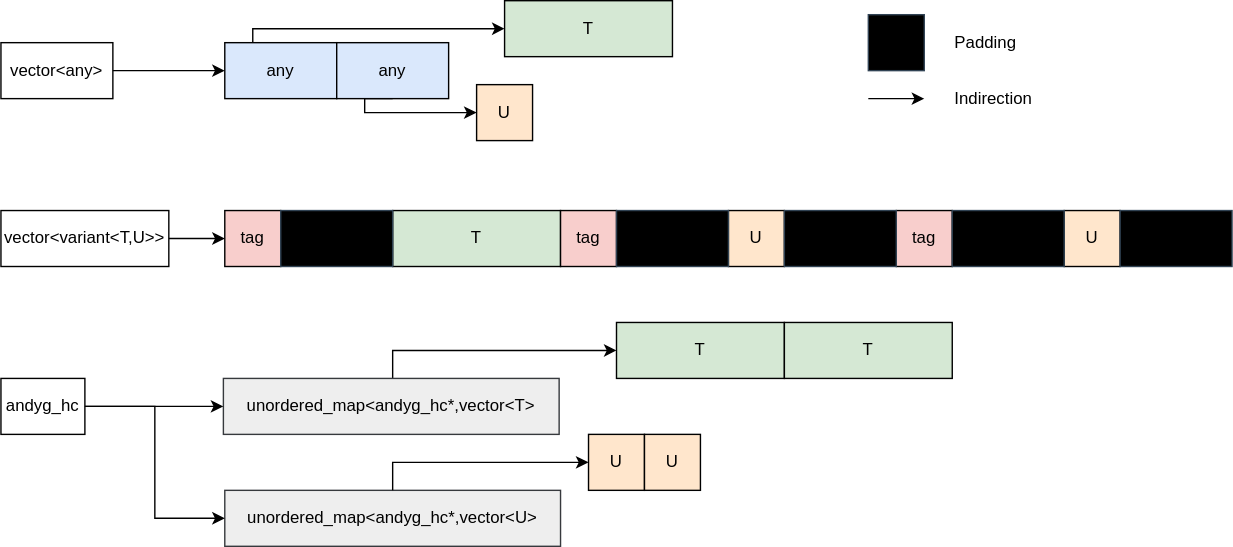
FabienPean/FabienPean.github.io keeps this draw.io diagram as blog/2020/07/implementing-an-heterogeneous-dynamic-array-in-cplusplus/comparison_containers.svg. Above is the earlier version. Source tidied: cells renumbered, new cells last; positions are measured from the earlier drawing's top-left corner, leaving out a move shared by most shapes. Source of this version:
```xml
<mxGraphModel>
  <root>
    <mxCell id="0" />
    <mxCell id="1" parent="0" />
    <mxCell id="2" style="edgeStyle=orthogonalEdgeStyle;rounded=0;jettySize=auto;html=1;exitX=0.5;exitY=0;exitDx=0;exitDy=0;entryX=0;entryY=0.5;entryDx=0;entryDy=0;" parent="1" edge="1" source="3" target="7">
      <mxGeometry relative="1" as="geometry">
        <Array as="points">
          <mxPoint x="180" y="20" />
        </Array>
      </mxGeometry>
    </mxCell>
    <mxCell id="3" value="any" style="rounded=0;whiteSpace=wrap;html=1;fillColor=#dae8fc;strokeColor=#000000;" parent="1" vertex="1">
      <mxGeometry x="160" y="30" width="80" height="40" as="geometry" />
    </mxCell>
    <mxCell id="4" style="edgeStyle=orthogonalEdgeStyle;rounded=0;jettySize=auto;html=1;entryX=0;entryY=0.5;entryDx=0;entryDy=0;exitX=0.5;exitY=1;exitDx=0;exitDy=0;" parent="1" edge="1" source="5" target="6">
      <mxGeometry relative="1" as="geometry">
        <Array as="points">
          <mxPoint x="260" y="80" />
        </Array>
      </mxGeometry>
    </mxCell>
    <mxCell id="5" value="any" style="rounded=0;whiteSpace=wrap;html=1;fillColor=#dae8fc;strokeColor=#000000;" parent="1" vertex="1">
      <mxGeometry x="240" y="30" width="80" height="40" as="geometry" />
    </mxCell>
    <mxCell id="6" value="U" style="rounded=0;whiteSpace=wrap;html=1;fillColor=#ffe6cc;strokeColor=#000000;" parent="1" vertex="1">
      <mxGeometry x="340" y="60" width="40" height="40" as="geometry" />
    </mxCell>
    <mxCell id="7" value="T" style="rounded=0;whiteSpace=wrap;html=1;fillColor=#d5e8d4;strokeColor=#000000;" parent="1" vertex="1">
      <mxGeometry x="360" width="120" height="40" as="geometry" />
    </mxCell>
    <mxCell id="8" style="edgeStyle=orthogonalEdgeStyle;rounded=0;jettySize=auto;html=1;entryX=0;entryY=0.5;entryDx=0;entryDy=0;exitX=1;exitY=0.5;exitDx=0;exitDy=0;" parent="1" edge="1" source="17" target="3">
      <mxGeometry relative="1" as="geometry" />
    </mxCell>
    <mxCell id="9" style="edgeStyle=orthogonalEdgeStyle;rounded=0;jettySize=auto;html=1;entryX=0;entryY=0.5;entryDx=0;entryDy=0;exitX=1;exitY=0.5;exitDx=0;exitDy=0;" parent="1" edge="1" source="18" target="12">
      <mxGeometry relative="1" as="geometry" />
    </mxCell>
    <mxCell id="10" value="T" style="rounded=0;whiteSpace=wrap;html=1;fillColor=#d5e8d4;strokeColor=#000000;" parent="1" vertex="1">
      <mxGeometry x="280" y="150" width="120" height="40" as="geometry" />
    </mxCell>
    <mxCell id="11" value="U" style="rounded=0;whiteSpace=wrap;html=1;fillColor=#ffe6cc;strokeColor=#000000;" parent="1" vertex="1">
      <mxGeometry x="520" y="150" width="40" height="40" as="geometry" />
    </mxCell>
    <mxCell id="12" value="tag" style="rounded=0;whiteSpace=wrap;html=1;strokeColor=#000000;fillColor=#f8cecc;align=center;" parent="1" vertex="1">
      <mxGeometry x="160" y="150" width="40" height="40" as="geometry" />
    </mxCell>
    <mxCell id="13" value="tag" style="rounded=0;whiteSpace=wrap;html=1;strokeColor=#000000;fillColor=#f8cecc;align=center;" parent="1" vertex="1">
      <mxGeometry x="400" y="150" width="40" height="40" as="geometry" />
    </mxCell>
    <mxCell id="14" value="tag" style="rounded=0;whiteSpace=wrap;html=1;strokeColor=#000000;fillColor=#f8cecc;align=center;" parent="1" vertex="1">
      <mxGeometry x="640" y="150" width="40" height="40" as="geometry" />
    </mxCell>
    <mxCell id="15" value="U" style="rounded=0;whiteSpace=wrap;html=1;fillColor=#ffe6cc;strokeColor=#000000;" parent="1" vertex="1">
      <mxGeometry x="760" y="150" width="40" height="40" as="geometry" />
    </mxCell>
    <mxCell id="16" style="rounded=0;whiteSpace=wrap;html=1;strokeColor=#314354;fillColor=#000000;align=center;fontColor=#ffffff;" parent="1" vertex="1">
      <mxGeometry x="800" y="150" width="80" height="40" as="geometry" />
    </mxCell>
    <mxCell id="17" value="&lt;span style=&quot;color: rgb(0 , 0 , 0) ; font-family: &amp;quot;helvetica&amp;quot; ; font-size: 12px ; font-style: normal ; font-weight: 400 ; letter-spacing: normal ; text-indent: 0px ; text-transform: none ; word-spacing: 0px ; display: inline ; float: none&quot;&gt;vector&amp;lt;any&amp;gt;&lt;/span&gt;&lt;br&gt;" style="rounded=0;whiteSpace=wrap;html=1;strokeColor=#000000;fillColor=none;align=center;" parent="1" vertex="1">
      <mxGeometry y="30" width="80" height="40" as="geometry" />
    </mxCell>
    <mxCell id="18" value="&lt;span style=&quot;color: rgb(0 , 0 , 0) ; font-family: &amp;quot;helvetica&amp;quot; ; font-size: 12px ; font-style: normal ; font-weight: 400 ; letter-spacing: normal ; text-indent: 0px ; text-transform: none ; word-spacing: 0px ; display: inline ; float: none&quot;&gt;vector&amp;lt;variant&amp;lt;T,U&amp;gt;&amp;gt;&lt;/span&gt;" style="rounded=0;whiteSpace=wrap;html=1;strokeColor=#000000;fillColor=none;align=center;verticalAlign=middle;" parent="1" vertex="1">
      <mxGeometry y="150" width="120" height="40" as="geometry" />
    </mxCell>
    <mxCell id="19" style="edgeStyle=orthogonalEdgeStyle;rounded=0;jettySize=auto;html=1;exitX=0.5;exitY=0;exitDx=0;exitDy=0;entryX=0;entryY=0.5;entryDx=0;entryDy=0;" parent="1" edge="1" target="22">
      <mxGeometry relative="1" as="geometry">
        <mxPoint x="280" y="270" as="sourcePoint" />
        <Array as="points">
          <mxPoint x="280" y="250" />
        </Array>
      </mxGeometry>
    </mxCell>
    <mxCell id="20" value="unordered_map&amp;lt;andyg_hc*,vector&amp;lt;T&amp;gt;" style="rounded=0;whiteSpace=wrap;html=1;fillColor=#eeeeee;strokeColor=#36393d;" parent="1" vertex="1">
      <mxGeometry x="159" y="270" width="240" height="40" as="geometry" />
    </mxCell>
    <mxCell id="21" value="U" style="rounded=0;whiteSpace=wrap;html=1;fillColor=#ffe6cc;strokeColor=#000000;" parent="1" vertex="1">
      <mxGeometry x="420" y="310" width="40" height="40" as="geometry" />
    </mxCell>
    <mxCell id="22" value="T" style="rounded=0;whiteSpace=wrap;html=1;fillColor=#d5e8d4;strokeColor=#000000;" parent="1" vertex="1">
      <mxGeometry x="440" y="230" width="120" height="40" as="geometry" />
    </mxCell>
    <mxCell id="23" style="edgeStyle=orthogonalEdgeStyle;rounded=0;jettySize=auto;html=1;entryX=0;entryY=0.5;entryDx=0;entryDy=0;exitX=1;exitY=0.5;exitDx=0;exitDy=0;" parent="1" edge="1" source="24" target="20">
      <mxGeometry relative="1" as="geometry">
        <Array as="points">
          <mxPoint x="130" y="290" />
          <mxPoint x="130" y="290" />
        </Array>
      </mxGeometry>
    </mxCell>
    <mxCell id="24" value="andyg_hc" style="rounded=0;whiteSpace=wrap;html=1;strokeColor=#000000;fillColor=none;align=center;" parent="1" vertex="1">
      <mxGeometry y="270" width="60" height="40" as="geometry" />
    </mxCell>
    <mxCell id="25" value="T" style="rounded=0;whiteSpace=wrap;html=1;fillColor=#d5e8d4;strokeColor=#000000;" parent="1" vertex="1">
      <mxGeometry x="560" y="230" width="120" height="40" as="geometry" />
    </mxCell>
    <mxCell id="26" value="unordered_map&amp;lt;andyg_hc*,vector&amp;lt;U&amp;gt;" style="rounded=0;whiteSpace=wrap;html=1;fillColor=#eeeeee;strokeColor=#36393d;" parent="1" vertex="1">
      <mxGeometry x="160" y="350" width="240" height="40" as="geometry" />
    </mxCell>
    <mxCell id="27" style="edgeStyle=orthogonalEdgeStyle;rounded=0;jettySize=auto;html=1;entryX=0;entryY=0.5;entryDx=0;entryDy=0;" parent="1" edge="1" target="21">
      <mxGeometry relative="1" as="geometry">
        <mxPoint x="280" y="350" as="sourcePoint" />
        <Array as="points">
          <mxPoint x="280" y="330" />
        </Array>
      </mxGeometry>
    </mxCell>
    <mxCell id="28" value="U" style="rounded=0;whiteSpace=wrap;html=1;fillColor=#ffe6cc;strokeColor=#000000;" parent="1" vertex="1">
      <mxGeometry x="460" y="310" width="40" height="40" as="geometry" />
    </mxCell>
    <mxCell id="29" style="edgeStyle=orthogonalEdgeStyle;rounded=0;jettySize=auto;html=1;entryX=0;entryY=0.5;entryDx=0;entryDy=0;exitX=1;exitY=0.5;exitDx=0;exitDy=0;" parent="1" edge="1" source="24" target="26">
      <mxGeometry relative="1" as="geometry">
        <Array as="points">
          <mxPoint x="110" y="290" />
          <mxPoint x="110" y="370" />
        </Array>
      </mxGeometry>
    </mxCell>
    <mxCell id="30" style="rounded=0;whiteSpace=wrap;html=1;strokeColor=#314354;fillColor=#000000;align=center;fontColor=#ffffff;" parent="1" vertex="1">
      <mxGeometry x="680" y="150" width="80" height="40" as="geometry" />
    </mxCell>
    <mxCell id="31" style="rounded=0;whiteSpace=wrap;html=1;strokeColor=#314354;fillColor=#000000;align=center;fontColor=#ffffff;" parent="1" vertex="1">
      <mxGeometry x="560" y="150" width="80" height="40" as="geometry" />
    </mxCell>
    <mxCell id="32" style="rounded=0;whiteSpace=wrap;html=1;strokeColor=#314354;fillColor=#000000;align=center;fontColor=#ffffff;" parent="1" vertex="1">
      <mxGeometry x="440" y="150" width="80" height="40" as="geometry" />
    </mxCell>
    <mxCell id="33" style="rounded=0;whiteSpace=wrap;html=1;strokeColor=#314354;fillColor=#000000;align=center;fontColor=#ffffff;" parent="1" vertex="1">
      <mxGeometry x="200" y="150" width="80" height="40" as="geometry" />
    </mxCell>
    <mxCell id="34" style="rounded=0;whiteSpace=wrap;html=1;strokeColor=#314354;fillColor=#000000;align=center;fontColor=#ffffff;" parent="1" vertex="1">
      <mxGeometry x="620" y="10" width="40" height="40" as="geometry" />
    </mxCell>
    <mxCell id="35" value="Padding" style="rounded=0;whiteSpace=wrap;html=1;strokeColor=none;fillColor=none;align=left;" parent="1" vertex="1">
      <mxGeometry x="680" y="10" width="80" height="40" as="geometry" />
    </mxCell>
    <mxCell id="36" style="endArrow=classic;html=1;" parent="1" edge="1">
      <mxGeometry relative="1" as="geometry">
        <mxPoint x="620" y="70" as="sourcePoint" />
        <mxPoint x="660" y="70" as="targetPoint" />
      </mxGeometry>
    </mxCell>
    <mxCell id="37" value="Indirection" style="rounded=0;whiteSpace=wrap;html=1;strokeColor=none;fillColor=none;align=left;" parent="1" vertex="1">
      <mxGeometry x="680" y="50" width="80" height="40" as="geometry" />
    </mxCell>
  </root>
</mxGraphModel>
```
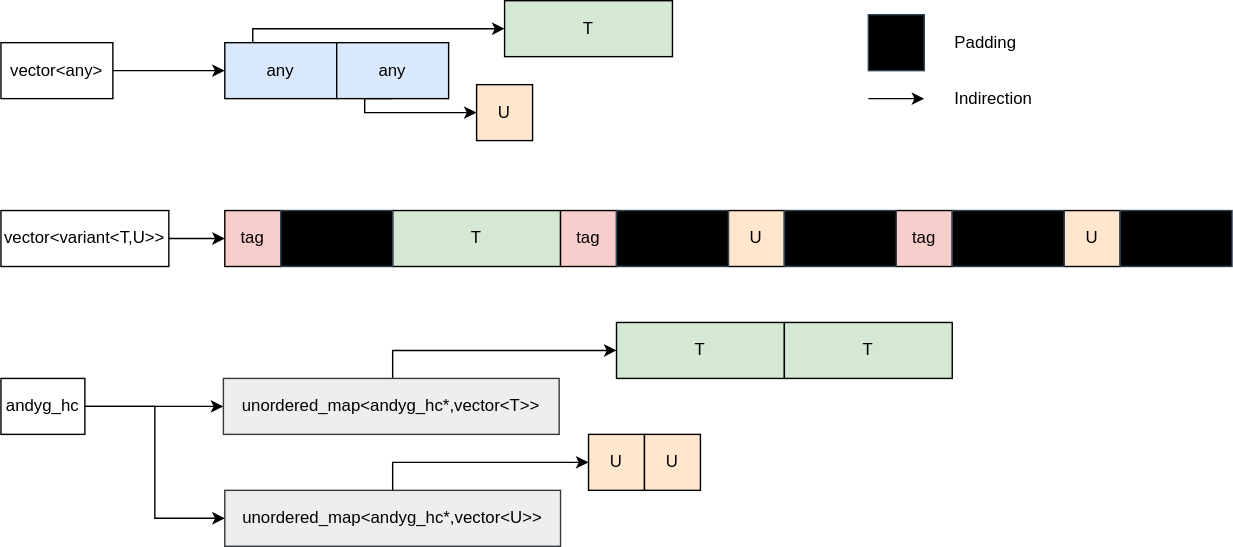
The same diagram one commit later.

Commit message:
rebuilding site Fri, Jul 10, 2020  5:06:51 PM

The edit, as a diff of the source:
```diff
@@ -69,7 +69,7 @@
         </Array>
       </mxGeometry>
     </mxCell>
-    <mxCell id="20" value="unordered_map&amp;lt;andyg_hc*,vector&amp;lt;T&amp;gt;" style="rounded=0;whiteSpace=wrap;html=1;fillColor=#eeeeee;strokeColor=#36393d;" parent="1" vertex="1">
+    <mxCell id="20" value="unordered_map&amp;lt;andyg_hc*,vector&amp;lt;T&amp;gt;&amp;gt;" style="rounded=0;whiteSpace=wrap;html=1;fillColor=#eeeeee;strokeColor=#36393d;" parent="1" vertex="1">
       <mxGeometry x="159" y="270" width="240" height="40" as="geometry" />
     </mxCell>
     <mxCell id="21" value="U" style="rounded=0;whiteSpace=wrap;html=1;fillColor=#ffe6cc;strokeColor=#000000;" parent="1" vertex="1">
@@ -92,7 +92,7 @@
     <mxCell id="25" value="T" style="rounded=0;whiteSpace=wrap;html=1;fillColor=#d5e8d4;strokeColor=#000000;" parent="1" vertex="1">
       <mxGeometry x="560" y="230" width="120" height="40" as="geometry" />
     </mxCell>
-    <mxCell id="26" value="unordered_map&amp;lt;andyg_hc*,vector&amp;lt;U&amp;gt;" style="rounded=0;whiteSpace=wrap;html=1;fillColor=#eeeeee;strokeColor=#36393d;" parent="1" vertex="1">
+    <mxCell id="26" value="unordered_map&amp;lt;andyg_hc*,vector&amp;lt;U&amp;gt;&amp;gt;" style="rounded=0;whiteSpace=wrap;html=1;fillColor=#eeeeee;strokeColor=#36393d;" parent="1" vertex="1">
       <mxGeometry x="160" y="350" width="240" height="40" as="geometry" />
     </mxCell>
     <mxCell id="27" style="edgeStyle=orthogonalEdgeStyle;rounded=0;jettySize=auto;html=1;entryX=0;entryY=0.5;entryDx=0;entryDy=0;" parent="1" edge="1" target="21">
```
